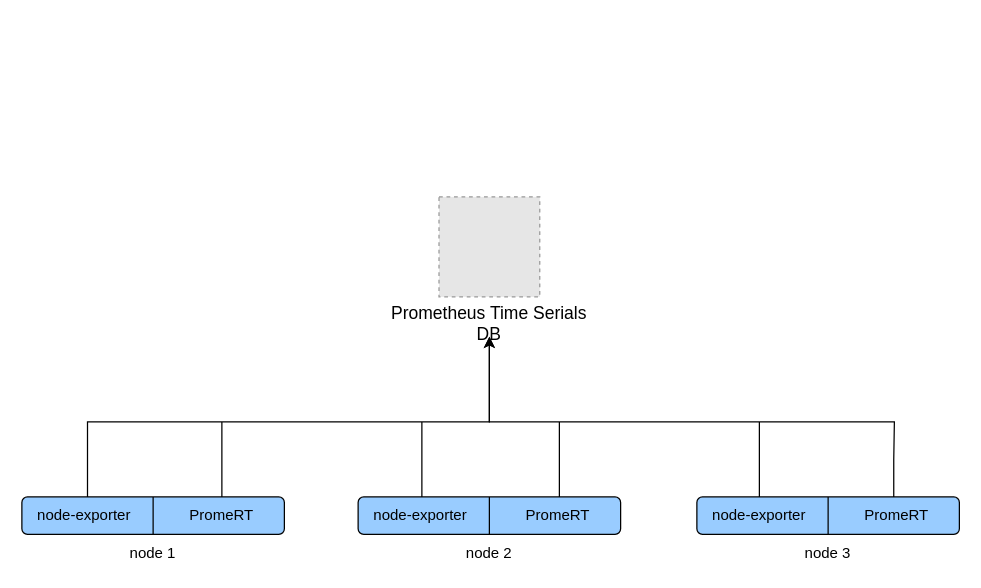
Above: page "资源监控" (14 of 16) of 自助式接入.drawio in dophinlife/drawio (draw.io), before the change. Source tidied: cells renumbered, new cells numbered last; positions are measured from the earlier drawing's top-left corner, leaving out a move shared by most shapes. Both pictures are drawn from the tidied source at 125%, with x=0, y=0 at pixel (21, 196). Pictures stored in the file or linked from it are replaced by grey dashed boxes.
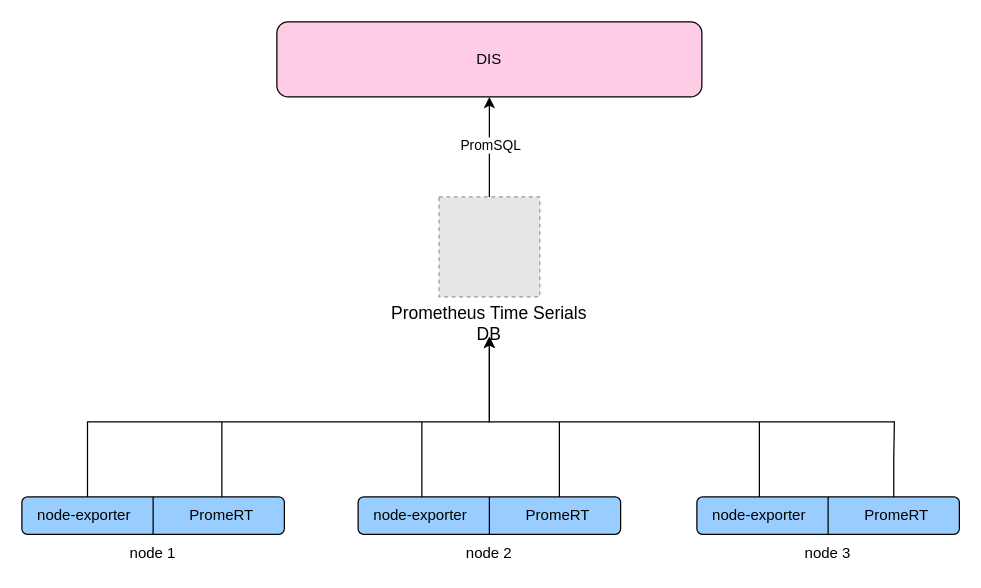
The same diagram, later.

Unchanged cells that the change refers to:
```xml
<mxCell id="21" style="fillColor=#E6E6E6;strokeColor=#999999;dashed=1;verticalLabelPosition=bottom;labelBackgroundColor=#ffffff;verticalAlign=top;" parent="20" vertex="1">
  <mxGeometry x="44.7" width="80.6" height="80" as="geometry" />
</mxCell>
```

The edit, as a diff of the source:
```diff
@@
+    <mxCell id="29" value="DIS" style="rounded=1;whiteSpace=wrap;html=1;fillColor=#FFCCE6;" parent="1" vertex="1">
+      <mxGeometry x="204" y="-140" width="340" height="60" as="geometry" />
+    </mxCell>
+    <mxCell id="30" style="edgeStyle=orthogonalEdgeStyle;rounded=0;jettySize=auto;html=1;" parent="1" edge="1" source="21" target="29">
+      <mxGeometry relative="1" as="geometry" />
+    </mxCell>
+    <mxCell id="31" value="PromSQL" style="edgeLabel;html=1;align=center;verticalAlign=middle;" parent="30" vertex="1">
+      <mxGeometry x="0.05" relative="1" as="geometry" />
+    </mxCell>
```
